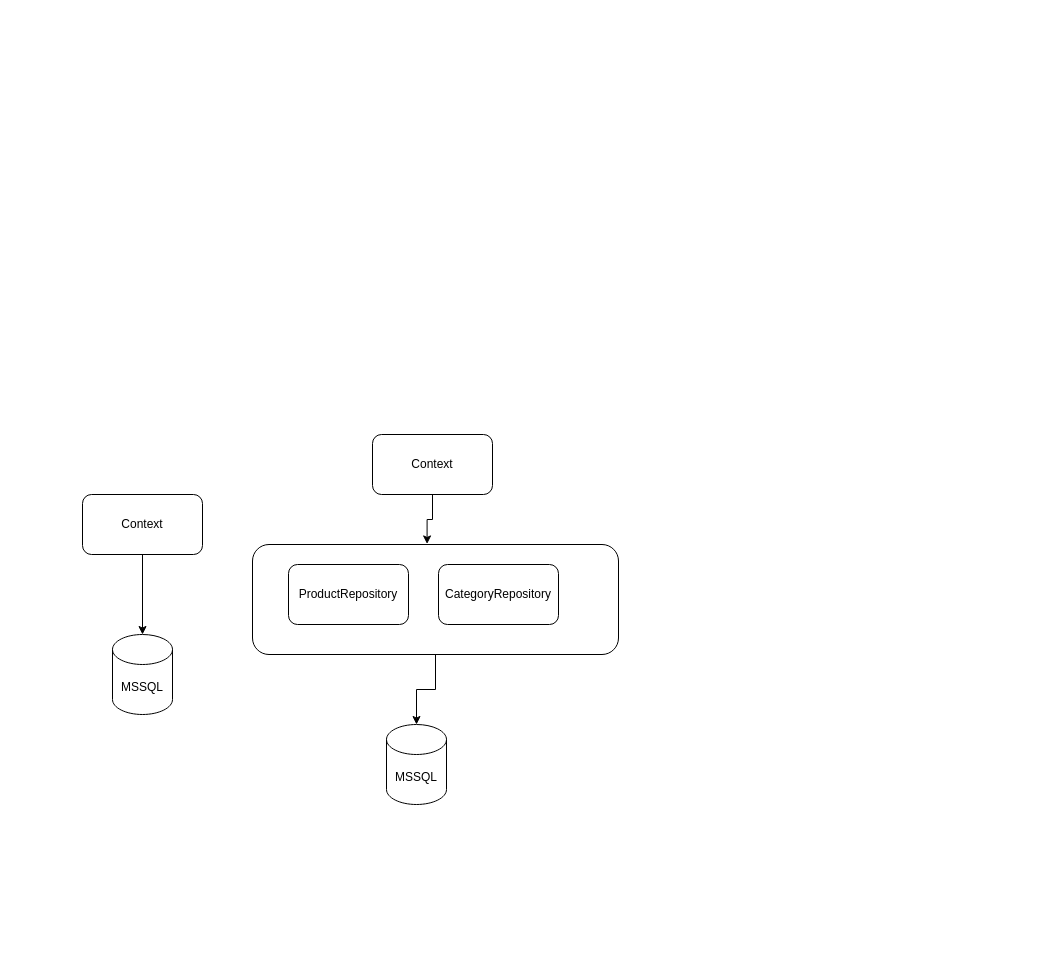
Before: page "Repository" (4 of 4) of Draws.drawio in zcomert/btk-akademi-aspnet-core-mvc-bootcamp-samsun, a draw.io diagram. Source tidied: cells renumbered, new cells numbered last; positions are measured from the earlier drawing's top-left corner, leaving out a move shared by most shapes. Both pictures are drawn from the tidied source at 100%, with x=0, y=0 at pixel (82, 434).
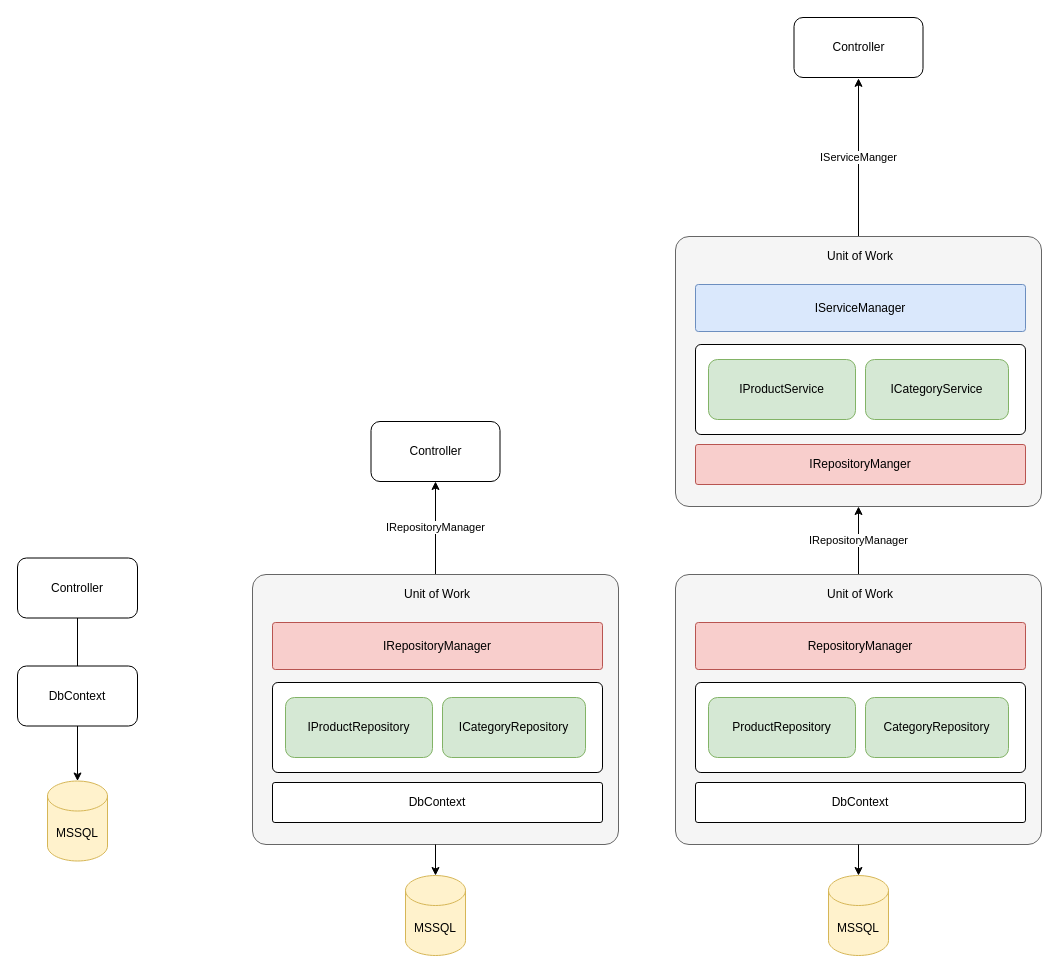
The same diagram, later.

Change to the diagram source:
```diff
@@
+    <mxCell id="12" value="IRepositoryManager" style="edgeStyle=orthogonalEdgeStyle;rounded=0;jettySize=auto;html=1;entryX=0.5;entryY=1;entryDx=0;entryDy=0;" parent="1" edge="1" source="3" target="8">
+      <mxGeometry relative="1" as="geometry" />
+    </mxCell>
+    <mxCell id="3" style="rounded=1;whiteSpace=wrap;html=1;fillColor=#f5f5f5;strokeColor=#666666;fontColor=#333333;arcSize=5;" parent="1" vertex="1">
+      <mxGeometry x="170" y="140" width="366" height="270" as="geometry" />
+    </mxCell>
+    <mxCell id="13" style="rounded=1;whiteSpace=wrap;html=1;arcSize=6;" parent="1" vertex="1">
+      <mxGeometry x="190" y="248" width="330" height="90" as="geometry" />
+    </mxCell>
@@
-    <mxCell id="3" style="rounded=1;whiteSpace=wrap;html=1;" parent="1" vertex="1">
-      <mxGeometry x="170" y="110" width="366" height="110" as="geometry" />
-    </mxCell>
@@
-    <mxCell id="5" value="Context" style="rounded=1;whiteSpace=wrap;html=1;" parent="1" vertex="1">
-      <mxGeometry y="60" width="120" height="60" as="geometry" />
+    <mxCell id="5" value="Controller" style="rounded=1;whiteSpace=wrap;html=1;" parent="1" vertex="1">
+      <mxGeometry x="-65" y="123.5" width="120" height="60" as="geometry" />
     </mxCell>
-    <mxCell id="6" value="MSSQL" style="shape=cylinder3;whiteSpace=wrap;html=1;boundedLbl=1;backgroundOutline=1;size=15;" parent="1" vertex="1">
-      <mxGeometry x="30" y="200" width="60" height="80" as="geometry" />
+    <mxCell id="6" value="MSSQL" style="shape=cylinder3;whiteSpace=wrap;html=1;boundedLbl=1;backgroundOutline=1;size=15;fillColor=#fff2cc;strokeColor=#d6b656;" parent="1" vertex="1">
+      <mxGeometry x="-35" y="346.5" width="60" height="80" as="geometry" />
     </mxCell>
-    <mxCell id="7" style="edgeStyle=orthogonalEdgeStyle;rounded=0;jettySize=auto;html=1;entryX=0.477;entryY=-0.005;entryDx=0;entryDy=0;entryPerimeter=0;" parent="1" edge="1" source="8" target="3">
-      <mxGeometry relative="1" as="geometry" />
-    </mxCell>
-    <mxCell id="8" value="Context" style="rounded=1;whiteSpace=wrap;html=1;" parent="1" vertex="1">
-      <mxGeometry x="290" width="120" height="60" as="geometry" />
+    <mxCell id="8" value="Controller" style="rounded=1;whiteSpace=wrap;html=1;" parent="1" vertex="1">
+      <mxGeometry x="288.5" y="-13" width="129" height="60" as="geometry" />
     </mxCell>
-    <mxCell id="9" value="MSSQL" style="shape=cylinder3;whiteSpace=wrap;html=1;boundedLbl=1;backgroundOutline=1;size=15;" parent="1" vertex="1">
-      <mxGeometry x="304" y="290" width="60" height="80" as="geometry" />
+    <mxCell id="9" value="MSSQL" style="shape=cylinder3;whiteSpace=wrap;html=1;boundedLbl=1;backgroundOutline=1;size=15;fillColor=#fff2cc;strokeColor=#d6b656;" parent="1" vertex="1">
+      <mxGeometry x="323" y="441" width="60" height="80" as="geometry" />
     </mxCell>
-    <mxCell id="10" value="ProductRepository" style="rounded=1;whiteSpace=wrap;html=1;" parent="1" vertex="1">
-      <mxGeometry x="206" y="130" width="120" height="60" as="geometry" />
+    <mxCell id="10" value="IProductRepository" style="rounded=1;whiteSpace=wrap;html=1;fillColor=#d5e8d4;strokeColor=#82b366;" parent="1" vertex="1">
+      <mxGeometry x="203" y="263" width="147" height="60" as="geometry" />
     </mxCell>
-    <mxCell id="11" value="CategoryRepository" style="rounded=1;whiteSpace=wrap;html=1;" parent="1" vertex="1">
-      <mxGeometry x="356" y="130" width="120" height="60" as="geometry" />
+    <mxCell id="11" value="ICategoryRepository" style="rounded=1;whiteSpace=wrap;html=1;fillColor=#d5e8d4;strokeColor=#82b366;" parent="1" vertex="1">
+      <mxGeometry x="360" y="263" width="143" height="60" as="geometry" />
     </mxCell>
+    <mxCell id="14" value="Unit of Work" style="text;html=1;strokeColor=none;fillColor=none;align=center;verticalAlign=middle;whiteSpace=wrap;rounded=0;" parent="1" vertex="1">
+      <mxGeometry x="190" y="150" width="330" height="20" as="geometry" />
+    </mxCell>
+    <mxCell id="15" value="DbContext" style="rounded=1;whiteSpace=wrap;html=1;arcSize=6;" parent="1" vertex="1">
+      <mxGeometry x="190" y="348" width="330" height="40" as="geometry" />
+    </mxCell>
+    <mxCell id="16" value="IRepositoryManager" style="rounded=1;whiteSpace=wrap;html=1;arcSize=6;fillColor=#f8cecc;strokeColor=#b85450;" parent="1" vertex="1">
+      <mxGeometry x="190" y="188" width="330" height="47" as="geometry" />
+    </mxCell>
+    <mxCell id="17" value="DbContext" style="rounded=1;whiteSpace=wrap;html=1;" parent="1" vertex="1">
+      <mxGeometry x="-65" y="231.5" width="120" height="60" as="geometry" />
+    </mxCell>
+    <mxCell id="18" value="IRepositoryManager" style="edgeStyle=orthogonalEdgeStyle;rounded=0;jettySize=auto;html=1;entryX=0.5;entryY=1;entryDx=0;entryDy=0;" parent="1" edge="1" source="19" target="30">
+      <mxGeometry relative="1" as="geometry" />
+    </mxCell>
+    <mxCell id="19" style="rounded=1;whiteSpace=wrap;html=1;fillColor=#f5f5f5;strokeColor=#666666;fontColor=#333333;arcSize=5;" parent="1" vertex="1">
+      <mxGeometry x="593" y="140" width="366" height="270" as="geometry" />
+    </mxCell>
+    <mxCell id="20" style="rounded=1;whiteSpace=wrap;html=1;arcSize=6;" parent="1" vertex="1">
+      <mxGeometry x="613" y="248" width="330" height="90" as="geometry" />
+    </mxCell>
+    <mxCell id="21" style="edgeStyle=orthogonalEdgeStyle;rounded=0;jettySize=auto;html=1;entryX=0.5;entryY=0;entryDx=0;entryDy=0;entryPerimeter=0;" parent="1" edge="1" source="19" target="23">
+      <mxGeometry relative="1" as="geometry" />
+    </mxCell>
+    <mxCell id="22" value="Controller" style="rounded=1;whiteSpace=wrap;html=1;" parent="1" vertex="1">
+      <mxGeometry x="711.5" y="-417" width="129" height="60" as="geometry" />
+    </mxCell>
+    <mxCell id="23" value="MSSQL" style="shape=cylinder3;whiteSpace=wrap;html=1;boundedLbl=1;backgroundOutline=1;size=15;fillColor=#fff2cc;strokeColor=#d6b656;" parent="1" vertex="1">
+      <mxGeometry x="746" y="441" width="60" height="80" as="geometry" />
+    </mxCell>
+    <mxCell id="24" value="ProductRepository" style="rounded=1;whiteSpace=wrap;html=1;fillColor=#d5e8d4;strokeColor=#82b366;" parent="1" vertex="1">
+      <mxGeometry x="626" y="263" width="147" height="60" as="geometry" />
+    </mxCell>
+    <mxCell id="25" value="CategoryRepository" style="rounded=1;whiteSpace=wrap;html=1;fillColor=#d5e8d4;strokeColor=#82b366;" parent="1" vertex="1">
+      <mxGeometry x="783" y="263" width="143" height="60" as="geometry" />
+    </mxCell>
+    <mxCell id="26" value="Unit of Work" style="text;html=1;strokeColor=none;fillColor=none;align=center;verticalAlign=middle;whiteSpace=wrap;rounded=0;" parent="1" vertex="1">
+      <mxGeometry x="613" y="150" width="330" height="20" as="geometry" />
+    </mxCell>
+    <mxCell id="27" value="DbContext" style="rounded=1;whiteSpace=wrap;html=1;arcSize=6;" parent="1" vertex="1">
+      <mxGeometry x="613" y="348" width="330" height="40" as="geometry" />
+    </mxCell>
+    <mxCell id="28" value="RepositoryManager" style="rounded=1;whiteSpace=wrap;html=1;arcSize=6;fillColor=#f8cecc;strokeColor=#b85450;" parent="1" vertex="1">
+      <mxGeometry x="613" y="188" width="330" height="47" as="geometry" />
+    </mxCell>
+    <mxCell id="29" value="IServiceManger" style="edgeStyle=orthogonalEdgeStyle;rounded=0;jettySize=auto;html=1;entryX=0.5;entryY=1.014;entryDx=0;entryDy=0;entryPerimeter=0;" parent="1" edge="1" source="30" target="22">
+      <mxGeometry relative="1" as="geometry" />
+    </mxCell>
+    <mxCell id="30" style="rounded=1;whiteSpace=wrap;html=1;fillColor=#f5f5f5;strokeColor=#666666;fontColor=#333333;arcSize=5;" parent="1" vertex="1">
+      <mxGeometry x="593" y="-198" width="366" height="270" as="geometry" />
+    </mxCell>
+    <mxCell id="31" style="rounded=1;whiteSpace=wrap;html=1;arcSize=6;" parent="1" vertex="1">
+      <mxGeometry x="613" y="-90" width="330" height="90" as="geometry" />
+    </mxCell>
+    <mxCell id="32" value="IProductService" style="rounded=1;whiteSpace=wrap;html=1;fillColor=#d5e8d4;strokeColor=#82b366;" parent="1" vertex="1">
+      <mxGeometry x="626" y="-75" width="147" height="60" as="geometry" />
+    </mxCell>
+    <mxCell id="33" value="ICategoryService" style="rounded=1;whiteSpace=wrap;html=1;fillColor=#d5e8d4;strokeColor=#82b366;" parent="1" vertex="1">
+      <mxGeometry x="783" y="-75" width="143" height="60" as="geometry" />
+    </mxCell>
+    <mxCell id="34" value="Unit of Work" style="text;html=1;strokeColor=none;fillColor=none;align=center;verticalAlign=middle;whiteSpace=wrap;rounded=0;" parent="1" vertex="1">
+      <mxGeometry x="613" y="-188" width="330" height="20" as="geometry" />
+    </mxCell>
+    <mxCell id="35" value="IRepositoryManger" style="rounded=1;whiteSpace=wrap;html=1;arcSize=6;fillColor=#f8cecc;strokeColor=#b85450;" parent="1" vertex="1">
+      <mxGeometry x="613" y="10" width="330" height="40" as="geometry" />
+    </mxCell>
+    <mxCell id="36" value="IServiceManager" style="rounded=1;whiteSpace=wrap;html=1;arcSize=6;fillColor=#dae8fc;strokeColor=#6c8ebf;" parent="1" vertex="1">
+      <mxGeometry x="613" y="-150" width="330" height="47" as="geometry" />
+    </mxCell>
```
